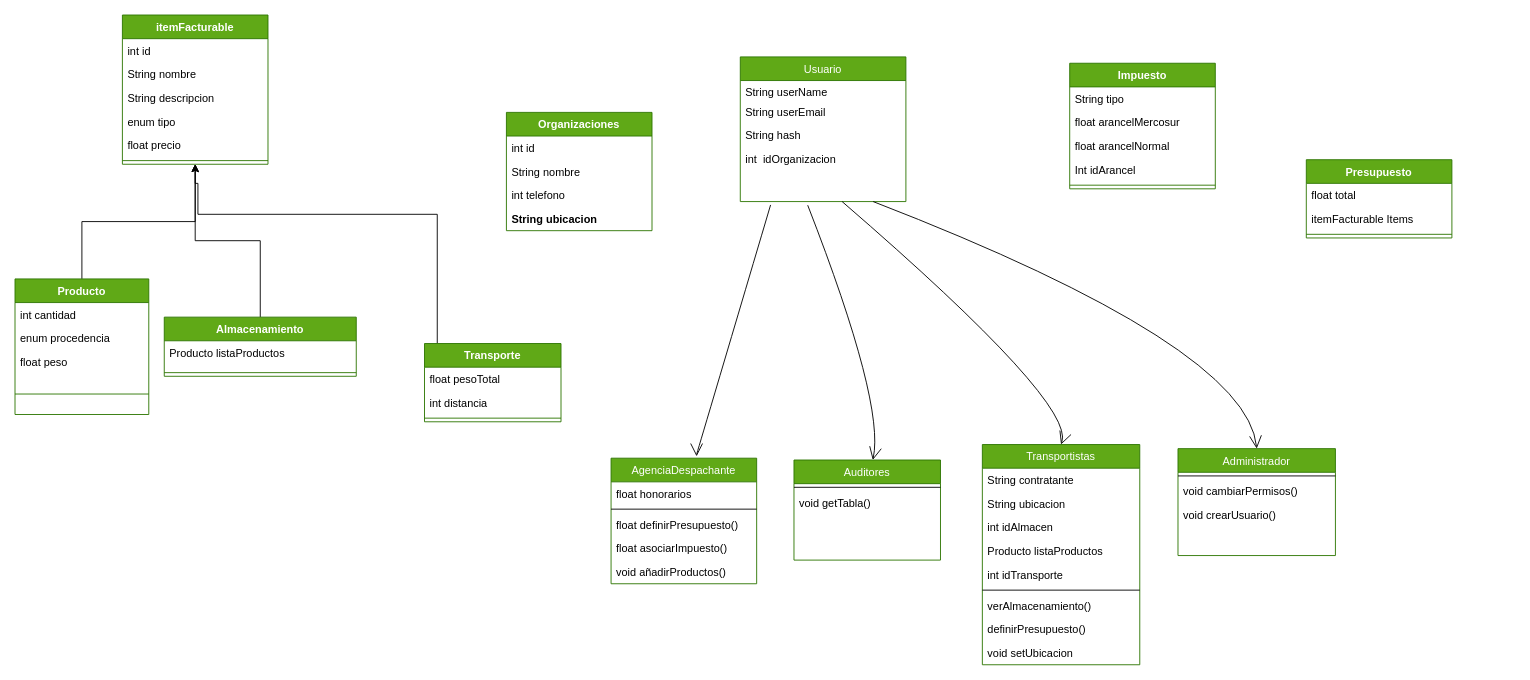
Above: Copia de Diagram.drawio in danusitacm/taller-git-2022 (draw.io), before the change. Source tidied: cells renumbered, new cells numbered last; positions are measured from the earlier drawing's top-left corner, leaving out a move shared by most shapes. Both pictures are drawn from the tidied source at 91%, with x=0, y=0 at pixel (15, 15).
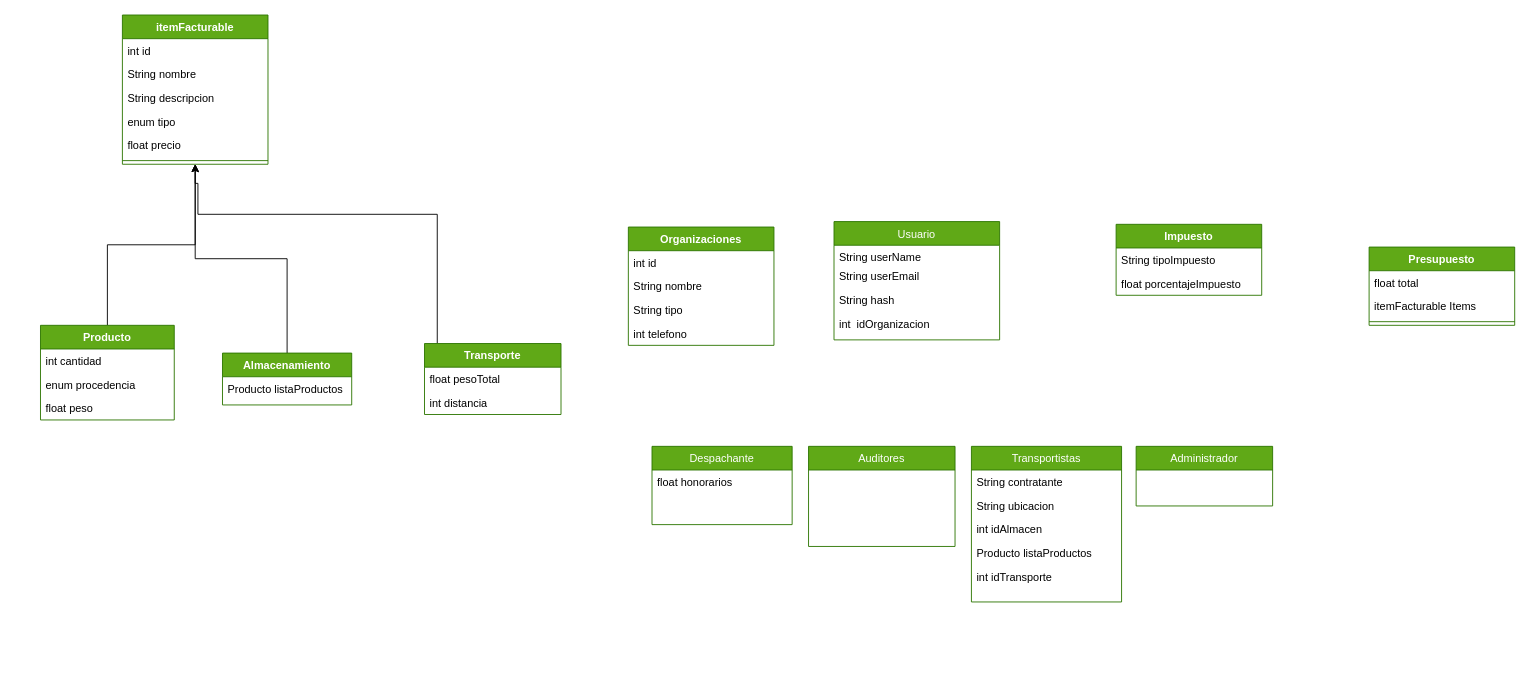
After the change.

Change to the diagram source:
```diff
@@
     <mxCell id="2" value="Usuario" style="swimlane;fontStyle=0;align=center;verticalAlign=top;horizontal=1;startSize=26;rounded=0;shadow=0;strokeWidth=1;fillColor=#60a917;strokeColor=#2D7600;fontColor=#ffffff;" parent="1" vertex="1">
-      <mxGeometry x="797" y="46" width="182" height="159" as="geometry" />
+      <mxGeometry x="900" y="227" width="182" height="130" as="geometry" />
     </mxCell>
@@
-    <mxCell id="7" style="endArrow=open;endFill=1;endSize=12;html=1;rounded=0;sourcePerimeterSpacing=8;targetPerimeterSpacing=8;curved=1;exitX=0.183;exitY=1.141;exitDx=0;exitDy=0;exitPerimeter=0;" parent="1" edge="1">
-      <mxGeometry relative="1" as="geometry">
-        <mxPoint x="830.3" y="208.7" as="sourcePoint" />
-        <mxPoint x="749" y="485" as="targetPoint" />
-        <Array as="points">
-          <mxPoint x="749" y="483" />
-        </Array>
-      </mxGeometry>
-    </mxCell>
-    <mxCell id="8" value="AgenciaDespachante" style="swimlane;fontStyle=0;align=center;verticalAlign=top;horizontal=1;startSize=26;rounded=0;shadow=0;strokeWidth=1;fillColor=#60a917;strokeColor=#2D7600;fontColor=#ffffff;" parent="1" vertex="1">
-      <mxGeometry x="655" y="487" width="160" height="138" as="geometry" />
+    <mxCell id="8" value="Despachante" style="swimlane;fontStyle=0;align=center;verticalAlign=top;horizontal=1;startSize=26;rounded=0;shadow=0;strokeWidth=1;fillColor=#60a917;strokeColor=#2D7600;fontColor=#ffffff;" parent="1" vertex="1">
+      <mxGeometry x="700" y="474" width="154" height="86" as="geometry" />
     </mxCell>
     <mxCell id="9" value="float honorarios" style="text;strokeColor=none;fillColor=none;align=left;verticalAlign=top;spacingLeft=4;spacingRight=4;overflow=hidden;" parent="8" vertex="1">
-      <mxGeometry y="26" width="160" height="26" as="geometry" />
+      <mxGeometry y="26" width="154" height="26" as="geometry" />
     </mxCell>
-    <mxCell id="10" style="line;html=1;strokeWidth=1;align=left;verticalAlign=middle;spacingTop=-1;spacingLeft=3;spacingRight=3;labelPosition=right;" parent="8" vertex="1">
-      <mxGeometry y="52" width="160" height="8" as="geometry" />
-    </mxCell>
-    <mxCell id="11" value="float definirPresupuesto()" style="text;strokeColor=none;fillColor=none;align=left;verticalAlign=top;spacingLeft=4;spacingRight=4;overflow=hidden;" parent="8" vertex="1">
-      <mxGeometry y="60" width="160" height="26" as="geometry" />
-    </mxCell>
-    <mxCell id="12" value="float asociarImpuesto()" style="text;strokeColor=none;fillColor=none;align=left;verticalAlign=top;spacingLeft=4;spacingRight=4;overflow=hidden;" parent="8" vertex="1">
-      <mxGeometry y="86" width="160" height="26" as="geometry" />
-    </mxCell>
-    <mxCell id="13" value="void añadirProductos()" style="text;strokeColor=none;fillColor=none;align=left;verticalAlign=top;spacingLeft=4;spacingRight=4;overflow=hidden;" parent="8" vertex="1">
-      <mxGeometry y="112" width="160" height="26" as="geometry" />
-    </mxCell>
-    <mxCell id="14" style="endArrow=open;endFill=1;endSize=12;html=1;rounded=0;sourcePerimeterSpacing=8;targetPerimeterSpacing=8;curved=1;entryX=0.538;entryY=0;entryDx=0;entryDy=0;entryPerimeter=0;exitX=0.407;exitY=1.154;exitDx=0;exitDy=0;exitPerimeter=0;" parent="1" edge="1" target="15">
-      <mxGeometry relative="1" as="geometry">
-        <mxPoint x="871.1" y="209" as="sourcePoint" />
-        <Array as="points">
-          <mxPoint x="956" y="427" />
-        </Array>
-      </mxGeometry>
-    </mxCell>
     <mxCell id="15" value="Auditores" style="swimlane;fontStyle=0;align=center;verticalAlign=top;horizontal=1;startSize=26;rounded=0;shadow=0;strokeWidth=1;fillColor=#60a917;strokeColor=#2D7600;fontColor=#ffffff;" parent="1" vertex="1">
-      <mxGeometry x="856" y="489" width="161" height="110" as="geometry" />
+      <mxGeometry x="872" y="474" width="161" height="110" as="geometry" />
     </mxCell>
-    <mxCell id="16" style="line;html=1;strokeWidth=1;align=left;verticalAlign=middle;spacingTop=-1;spacingLeft=3;spacingRight=3;labelPosition=right;" parent="15" vertex="1">
-      <mxGeometry y="26" width="161" height="8" as="geometry" />
-    </mxCell>
-    <mxCell id="17" value="void getTabla()" style="text;strokeColor=none;fillColor=none;align=left;verticalAlign=top;spacingLeft=4;spacingRight=4;overflow=hidden;" parent="15" vertex="1">
-      <mxGeometry y="34" width="161" height="26" as="geometry" />
-    </mxCell>
     <mxCell id="18" value="Transportistas&#10;" style="swimlane;fontStyle=0;align=center;verticalAlign=top;horizontal=1;startSize=26;rounded=0;shadow=0;strokeWidth=1;fillColor=#60a917;strokeColor=#2D7600;fontColor=#ffffff;" parent="1" vertex="1">
-      <mxGeometry x="1063" y="472" width="173" height="242" as="geometry" />
+      <mxGeometry x="1051" y="474" width="165" height="171" as="geometry" />
     </mxCell>
     <mxCell id="19" value="String contratante" style="text;strokeColor=none;fillColor=none;align=left;verticalAlign=top;spacingLeft=4;spacingRight=4;overflow=hidden;" parent="18" vertex="1">
-      <mxGeometry y="26" width="173" height="26" as="geometry" />
+      <mxGeometry y="26" width="165" height="26" as="geometry" />
     </mxCell>
     <mxCell id="20" value="String ubicacion" style="text;strokeColor=none;fillColor=none;align=left;verticalAlign=top;spacingLeft=4;spacingRight=4;overflow=hidden;" parent="18" vertex="1">
-      <mxGeometry y="52" width="173" height="26" as="geometry" />
+      <mxGeometry y="52" width="165" height="26" as="geometry" />
     </mxCell>
     <mxCell id="21" value="int idAlmacen " style="text;strokeColor=none;fillColor=none;align=left;verticalAlign=top;spacingLeft=4;spacingRight=4;overflow=hidden;" parent="18" vertex="1">
-      <mxGeometry y="78" width="173" height="26" as="geometry" />
+      <mxGeometry y="78" width="165" height="26" as="geometry" />
     </mxCell>
     <mxCell id="22" value="Producto listaProductos" style="text;strokeColor=none;fillColor=none;align=left;verticalAlign=top;spacingLeft=4;spacingRight=4;overflow=hidden;" parent="18" vertex="1">
-      <mxGeometry y="104" width="173" height="26" as="geometry" />
+      <mxGeometry y="104" width="165" height="26" as="geometry" />
     </mxCell>
     <mxCell id="23" value="int idTransporte" style="text;strokeColor=none;fillColor=none;align=left;verticalAlign=top;spacingLeft=4;spacingRight=4;overflow=hidden;" parent="18" vertex="1">
-      <mxGeometry y="130" width="173" height="26" as="geometry" />
+      <mxGeometry y="130" width="165" height="26" as="geometry" />
     </mxCell>
-    <mxCell id="24" style="line;html=1;strokeWidth=1;align=left;verticalAlign=middle;spacingTop=-1;spacingLeft=3;spacingRight=3;labelPosition=right;" parent="18" vertex="1">
-      <mxGeometry y="156" width="173" height="8" as="geometry" />
-    </mxCell>
-    <mxCell id="25" value="verAlmacenamiento()" style="text;strokeColor=none;fillColor=none;align=left;verticalAlign=top;spacingLeft=4;spacingRight=4;overflow=hidden;" parent="18" vertex="1">
-      <mxGeometry y="164" width="173" height="26" as="geometry" />
-    </mxCell>
-    <mxCell id="26" value="definirPresupuesto()" style="text;strokeColor=none;fillColor=none;align=left;verticalAlign=top;spacingLeft=4;spacingRight=4;overflow=hidden;" parent="18" vertex="1">
-      <mxGeometry y="190" width="173" height="26" as="geometry" />
-    </mxCell>
-    <mxCell id="27" value="void setUbicacion" style="text;strokeColor=none;fillColor=none;align=left;verticalAlign=top;spacingLeft=4;spacingRight=4;overflow=hidden;" parent="18" vertex="1">
-      <mxGeometry y="216" width="173" height="26" as="geometry" />
-    </mxCell>
-    <mxCell id="28" style="endArrow=open;endFill=1;endSize=12;html=1;rounded=0;sourcePerimeterSpacing=8;targetPerimeterSpacing=8;curved=1;entryX=0.5;entryY=0;entryDx=0;entryDy=0;exitX=0.615;exitY=1;exitDx=0;exitDy=0;exitPerimeter=0;" parent="1" edge="1" target="18">
-      <mxGeometry relative="1" as="geometry">
-        <mxPoint x="908.9" y="205" as="sourcePoint" />
-        <Array as="points">
-          <mxPoint x="1166" y="427" />
-        </Array>
-      </mxGeometry>
-    </mxCell>
     <mxCell id="29" value="Administrador" style="swimlane;fontStyle=0;align=center;verticalAlign=top;horizontal=1;startSize=26;rounded=0;shadow=0;strokeWidth=1;fillColor=#60a917;strokeColor=#2D7600;fontColor=#ffffff;" parent="1" vertex="1">
-      <mxGeometry x="1278" y="476.5" width="173" height="117.5" as="geometry" />
+      <mxGeometry x="1232" y="474" width="150" height="65.5" as="geometry" />
     </mxCell>
-    <mxCell id="30" style="line;html=1;strokeWidth=1;align=left;verticalAlign=middle;spacingTop=-1;spacingLeft=3;spacingRight=3;labelPosition=right;" parent="29" vertex="1">
-      <mxGeometry y="26" width="173" height="8" as="geometry" />
-    </mxCell>
-    <mxCell id="31" value="void cambiarPermisos()" style="text;strokeColor=none;fillColor=none;align=left;verticalAlign=top;spacingLeft=4;spacingRight=4;overflow=hidden;" parent="29" vertex="1">
-      <mxGeometry y="34" width="173" height="26" as="geometry" />
-    </mxCell>
-    <mxCell id="32" value="void crearUsuario()" style="text;strokeColor=none;fillColor=none;align=left;verticalAlign=top;spacingLeft=4;spacingRight=4;overflow=hidden;" parent="29" vertex="1">
-      <mxGeometry y="60" width="173" height="26" as="geometry" />
-    </mxCell>
-    <mxCell id="33" style="endArrow=open;endFill=1;endSize=12;html=1;rounded=0;sourcePerimeterSpacing=8;targetPerimeterSpacing=8;curved=1;entryX=0.5;entryY=0;entryDx=0;entryDy=0;exitX=0.802;exitY=1;exitDx=0;exitDy=0;exitPerimeter=0;" parent="1" edge="1" target="29">
-      <mxGeometry relative="1" as="geometry">
-        <mxPoint x="943" y="205" as="sourcePoint" />
-        <Array as="points">
-          <mxPoint x="1354" y="364" />
-        </Array>
-      </mxGeometry>
-    </mxCell>
@@
     <mxCell id="35" value="Producto" style="swimlane;fontStyle=1;align=center;verticalAlign=top;horizontal=1;startSize=26;fillColor=#60a917;fontColor=#ffffff;strokeColor=#2D7600;" parent="1" vertex="1">
-      <mxGeometry y="290" width="147" height="149" as="geometry" />
+      <mxGeometry x="28" y="341" width="147" height="104" as="geometry" />
     </mxCell>
@@
-    <mxCell id="39" style="line;strokeWidth=1;fillColor=none;align=left;verticalAlign=middle;spacingTop=-1;spacingLeft=3;spacingRight=3;labelPosition=right;strokeColor=inherit;" parent="35" vertex="1">
-      <mxGeometry y="104" width="147" height="45" as="geometry" />
-    </mxCell>
@@
     <mxCell id="48" value="Transporte" style="swimlane;fontStyle=1;align=center;verticalAlign=top;horizontal=1;startSize=26;fillColor=#60a917;fontColor=#ffffff;strokeColor=#2D7600;" parent="1" vertex="1">
-      <mxGeometry x="450" y="361" width="150" height="86" as="geometry" />
+      <mxGeometry x="450" y="361" width="150" height="78" as="geometry" />
     </mxCell>
@@
-    <mxCell id="51" style="line;strokeWidth=1;fillColor=none;align=left;verticalAlign=middle;spacingTop=-1;spacingLeft=3;spacingRight=3;labelPosition=right;strokeColor=inherit;" parent="48" vertex="1">
-      <mxGeometry y="78" width="150" height="8" as="geometry" />
-    </mxCell>
     <mxCell id="52" value="Impuesto" style="swimlane;fontStyle=1;align=center;verticalAlign=top;horizontal=1;startSize=26;fillColor=#60a917;fontColor=#ffffff;strokeColor=#2D7600;" parent="1" vertex="1">
-      <mxGeometry x="1159" y="53" width="160" height="138" as="geometry" />
+      <mxGeometry x="1210" y="230" width="160" height="78" as="geometry" />
     </mxCell>
-    <mxCell id="53" value="String tipo" style="text;strokeColor=none;fillColor=none;align=left;verticalAlign=top;spacingLeft=4;spacingRight=4;overflow=hidden;" parent="52" vertex="1">
+    <mxCell id="53" value="String tipoImpuesto" style="text;strokeColor=none;fillColor=none;align=left;verticalAlign=top;spacingLeft=4;spacingRight=4;overflow=hidden;" parent="52" vertex="1">
       <mxGeometry y="26" width="160" height="26" as="geometry" />
     </mxCell>
-    <mxCell id="54" value="float arancelMercosur" style="text;strokeColor=none;fillColor=none;align=left;verticalAlign=top;spacingLeft=4;spacingRight=4;overflow=hidden;" parent="52" vertex="1">
-      <mxGeometry y="52" width="160" height="26" as="geometry" />
-    </mxCell>
-    <mxCell id="55" value="float arancelNormal" style="text;strokeColor=none;fillColor=none;align=left;verticalAlign=top;spacingLeft=4;spacingRight=4;overflow=hidden;" parent="52" vertex="1">
-      <mxGeometry y="78" width="160" height="26" as="geometry" />
-    </mxCell>
-    <mxCell id="56" value="Int idArancel" style="text;strokeColor=none;fillColor=none;align=left;verticalAlign=top;spacingLeft=4;spacingRight=4;overflow=hidden;" parent="52" vertex="1">
-      <mxGeometry y="104" width="160" height="26" as="geometry" />
-    </mxCell>
-    <mxCell id="57" style="line;strokeWidth=1;fillColor=none;align=left;verticalAlign=middle;spacingTop=-1;spacingLeft=3;spacingRight=3;labelPosition=right;strokeColor=inherit;" parent="52" vertex="1">
-      <mxGeometry y="130" width="160" height="8" as="geometry" />
-    </mxCell>
+    <mxCell id="71" value="float porcentajeImpuesto" style="text;strokeColor=none;fillColor=none;align=left;verticalAlign=top;spacingLeft=4;spacingRight=4;overflow=hidden;" parent="52" vertex="1">
+      <mxGeometry y="52" width="160" height="26" as="geometry" />
+    </mxCell>
@@
     <mxCell id="59" value="Almacenamiento" style="swimlane;fontStyle=1;align=center;verticalAlign=top;horizontal=1;startSize=26;fillColor=#60a917;fontColor=#ffffff;strokeColor=#2D7600;" parent="1" vertex="1">
-      <mxGeometry x="164" y="332" width="211" height="65" as="geometry" />
+      <mxGeometry x="228" y="371.5" width="142" height="57" as="geometry" />
     </mxCell>
     <mxCell id="60" value="Producto listaProductos" style="text;strokeColor=none;fillColor=none;align=left;verticalAlign=top;spacingLeft=4;spacingRight=4;overflow=hidden;" parent="59" vertex="1">
-      <mxGeometry y="26" width="211" height="31" as="geometry" />
+      <mxGeometry y="26" width="142" height="31" as="geometry" />
     </mxCell>
-    <mxCell id="61" style="line;strokeWidth=1;fillColor=none;align=left;verticalAlign=middle;spacingTop=-1;spacingLeft=3;spacingRight=3;labelPosition=right;strokeColor=inherit;" parent="59" vertex="1">
-      <mxGeometry y="57" width="211" height="8" as="geometry" />
-    </mxCell>
     <mxCell id="62" value="Presupuesto" style="swimlane;fontStyle=1;align=center;verticalAlign=top;horizontal=1;startSize=26;fillColor=#60a917;fontColor=#ffffff;strokeColor=#2D7600;" parent="1" vertex="1">
-      <mxGeometry x="1419" y="159" width="160" height="86" as="geometry" />
+      <mxGeometry x="1488" y="255" width="160" height="86" as="geometry" />
     </mxCell>
@@
     <mxCell id="66" value="Organizaciones" style="swimlane;fontStyle=1;align=center;verticalAlign=top;horizontal=1;startSize=26;fillColor=#60a917;fontColor=#ffffff;strokeColor=#2D7600;" parent="1" vertex="1">
-      <mxGeometry x="540" y="107" width="160" height="130" as="geometry" />
+      <mxGeometry x="674" y="233" width="160" height="130" as="geometry" />
     </mxCell>
@@
+    <mxCell id="72" value="String tipo" style="text;strokeColor=none;fillColor=none;align=left;verticalAlign=top;spacingLeft=4;spacingRight=4;overflow=hidden;" parent="66" vertex="1">
+      <mxGeometry y="78" width="160" height="26" as="geometry" />
+    </mxCell>
     <mxCell id="69" value="int telefono " style="text;strokeColor=none;fillColor=none;align=left;verticalAlign=top;spacingLeft=4;spacingRight=4;overflow=hidden;" parent="66" vertex="1">
-      <mxGeometry y="78" width="160" height="26" as="geometry" />
+      <mxGeometry y="104" width="160" height="26" as="geometry" />
     </mxCell>
-    <mxCell id="70" value="String ubicacion" style="text;strokeColor=none;fillColor=none;align=left;verticalAlign=top;spacingLeft=4;spacingRight=4;overflow=hidden;fontStyle=1;" parent="66" vertex="1">
-      <mxGeometry y="104" width="160" height="26" as="geometry" />
-    </mxCell>
```
